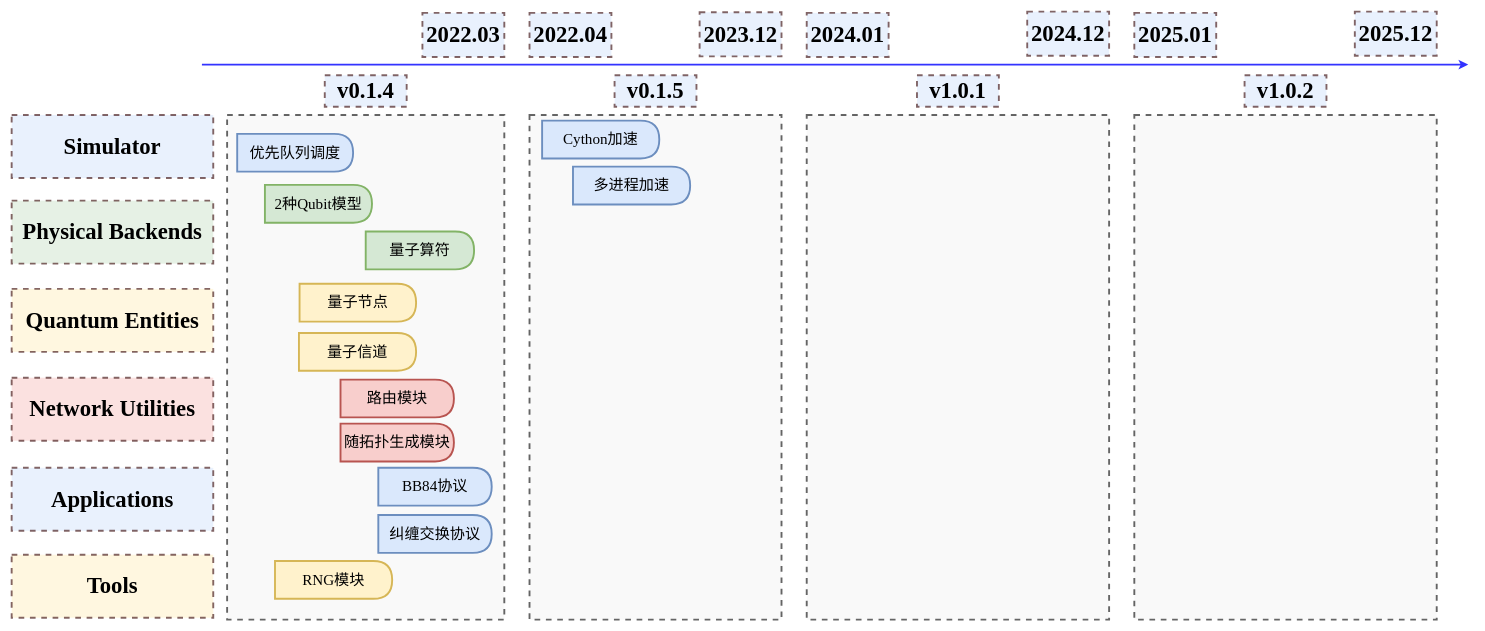
yyq2020/simqn_roadmap keeps this draw.io diagram as 未命名绘图.drawio. Above is the earlier version. Source tidied: cells renumbered, new cells numbered last; positions are measured from the earlier drawing's top-left corner, leaving out a move shared by most shapes. Both pictures are drawn from the tidied source at 63%, with x=0, y=0 at pixel (11, 11).
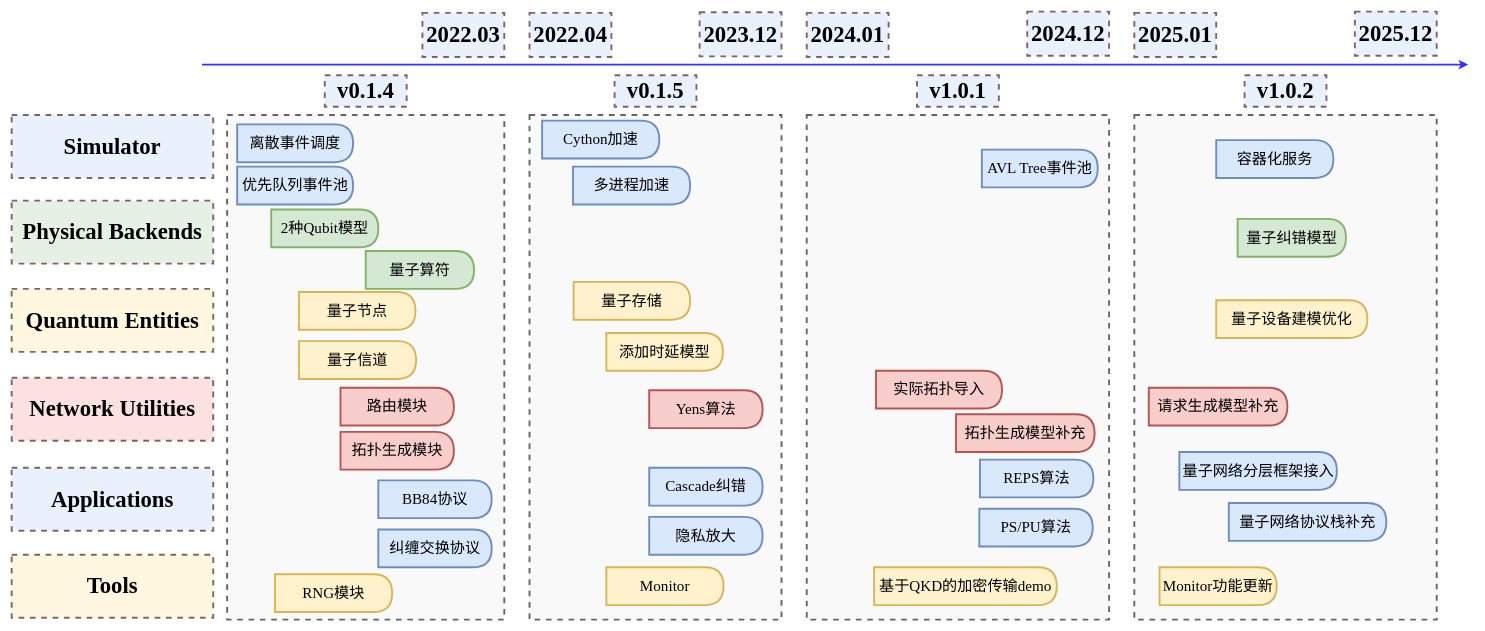
After the change.

Commit message (it also covers changes not shown here):
更新未命名绘图.drawio

What changed in the source:
```diff
@@
-    <mxCell id="24" value="&lt;font style=&quot;font-size: 24px;&quot; face=&quot;Times New Roman&quot;&gt;优先队列调度&lt;/font&gt;" style="shape=delay;whiteSpace=wrap;html=1;fillColor=#dae8fc;strokeColor=#6c8ebf;strokeWidth=3;" parent="1" vertex="1">
-      <mxGeometry x="358" y="194" width="184" height="60" as="geometry" />
+    <mxCell id="24" value="&lt;font style=&quot;font-size: 24px;&quot; face=&quot;Times New Roman&quot;&gt;离散事件调度&lt;/font&gt;" style="shape=delay;whiteSpace=wrap;html=1;fillColor=#dae8fc;strokeColor=#6c8ebf;strokeWidth=3;" parent="1" vertex="1">
+      <mxGeometry x="358" y="179" width="184" height="60" as="geometry" />
     </mxCell>
     <mxCell id="25" value="&lt;font style=&quot;font-size: 24px;&quot; face=&quot;Times New Roman&quot;&gt;2种Qubit模型&lt;/font&gt;" style="shape=delay;whiteSpace=wrap;html=1;fillColor=#d5e8d4;strokeColor=#82b366;strokeWidth=3;" parent="1" vertex="1">
-      <mxGeometry x="402" y="275" width="170" height="60" as="geometry" />
+      <mxGeometry x="412" y="314" width="170" height="60" as="geometry" />
     </mxCell>
     <mxCell id="26" value="&lt;font style=&quot;font-size: 24px;&quot; face=&quot;Times New Roman&quot;&gt;量子算符&lt;/font&gt;" style="shape=delay;whiteSpace=wrap;html=1;fillColor=#d5e8d4;strokeColor=#82b366;strokeWidth=3;" parent="1" vertex="1">
-      <mxGeometry x="562" y="349" width="172" height="60" as="geometry" />
+      <mxGeometry x="562" y="380" width="172" height="60" as="geometry" />
     </mxCell>
     <mxCell id="27" value="&lt;font face=&quot;Times New Roman&quot;&gt;&lt;span style=&quot;font-size: 24px;&quot;&gt;量子节点&lt;/span&gt;&lt;/font&gt;" style="shape=delay;whiteSpace=wrap;html=1;fillColor=#fff2cc;strokeColor=#d6b656;strokeWidth=3;" parent="1" vertex="1">
-      <mxGeometry x="457" y="432" width="185" height="60" as="geometry" />
+      <mxGeometry x="456" y="445" width="185" height="60" as="geometry" />
     </mxCell>
     <mxCell id="28" value="&lt;font face=&quot;Times New Roman&quot;&gt;&lt;span style=&quot;font-size: 24px;&quot;&gt;量子信道&lt;/span&gt;&lt;/font&gt;" style="shape=delay;whiteSpace=wrap;html=1;fillColor=#fff2cc;strokeColor=#d6b656;strokeWidth=3;" parent="1" vertex="1">
-      <mxGeometry x="456" y="510" width="186" height="60" as="geometry" />
+      <mxGeometry x="456" y="523" width="186" height="60" as="geometry" />
     </mxCell>
     <mxCell id="29" value="&lt;font style=&quot;font-size: 24px;&quot; face=&quot;Times New Roman&quot;&gt;路由模块&lt;/font&gt;" style="shape=delay;whiteSpace=wrap;html=1;fillColor=#f8cecc;strokeColor=#b85450;strokeWidth=3;" parent="1" vertex="1">
-      <mxGeometry x="522" y="584" width="180" height="60" as="geometry" />
+      <mxGeometry x="522" y="597" width="180" height="60" as="geometry" />
     </mxCell>
     <mxCell id="30" value="&lt;font style=&quot;font-size: 24px;&quot; face=&quot;Times New Roman&quot;&gt;BB84协议&lt;/font&gt;" style="shape=delay;whiteSpace=wrap;html=1;fillColor=#dae8fc;strokeColor=#6c8ebf;strokeWidth=3;" parent="1" vertex="1">
-      <mxGeometry x="582" y="724" width="180" height="60" as="geometry" />
+      <mxGeometry x="582" y="744" width="180" height="60" as="geometry" />
     </mxCell>
     <mxCell id="31" value="&lt;font face=&quot;Times New Roman&quot;&gt;&lt;span style=&quot;font-size: 24px;&quot;&gt;RNG模块&lt;/span&gt;&lt;/font&gt;" style="shape=delay;whiteSpace=wrap;html=1;fillColor=#fff2cc;strokeColor=#d6b656;strokeWidth=3;" parent="1" vertex="1">
-      <mxGeometry x="418" y="872" width="186" height="60" as="geometry" />
+      <mxGeometry x="418" y="893" width="186" height="60" as="geometry" />
     </mxCell>
-    <mxCell id="32" value="&lt;font style=&quot;font-size: 24px;&quot; face=&quot;Times New Roman&quot;&gt;随拓扑生成模块&lt;/font&gt;" style="shape=delay;whiteSpace=wrap;html=1;fillColor=#f8cecc;strokeColor=#b85450;strokeWidth=3;" parent="1" vertex="1">
-      <mxGeometry x="522" y="654" width="180" height="60" as="geometry" />
+    <mxCell id="32" value="&lt;font style=&quot;font-size: 24px;&quot; face=&quot;Times New Roman&quot;&gt;拓扑生成模块&lt;/font&gt;" style="shape=delay;whiteSpace=wrap;html=1;fillColor=#f8cecc;strokeColor=#b85450;strokeWidth=3;" parent="1" vertex="1">
+      <mxGeometry x="522" y="667" width="180" height="60" as="geometry" />
     </mxCell>
     <mxCell id="33" value="&lt;font style=&quot;font-size: 24px;&quot; face=&quot;Times New Roman&quot;&gt;纠缠交换协议&lt;/font&gt;" style="shape=delay;whiteSpace=wrap;html=1;fillColor=#dae8fc;strokeColor=#6c8ebf;strokeWidth=3;" parent="1" vertex="1">
-      <mxGeometry x="582" y="799" width="180" height="60" as="geometry" />
+      <mxGeometry x="582" y="822" width="180" height="60" as="geometry" />
     </mxCell>
@@
+    <mxCell id="36" value="&lt;font face=&quot;Times New Roman&quot;&gt;&lt;span style=&quot;font-size: 24px;&quot;&gt;Monitor&lt;/span&gt;&lt;/font&gt;" style="shape=delay;whiteSpace=wrap;html=1;fillColor=#fff2cc;strokeColor=#d6b656;strokeWidth=3;" parent="1" vertex="1">
+      <mxGeometry x="944" y="882" width="186" height="60" as="geometry" />
+    </mxCell>
+    <mxCell id="37" value="&lt;font face=&quot;Times New Roman&quot;&gt;&lt;span style=&quot;font-size: 24px;&quot;&gt;量子存储&lt;/span&gt;&lt;/font&gt;" style="shape=delay;whiteSpace=wrap;html=1;fillColor=#fff2cc;strokeColor=#d6b656;strokeWidth=3;" parent="1" vertex="1">
+      <mxGeometry x="892" y="429" width="185" height="60" as="geometry" />
+    </mxCell>
+    <mxCell id="38" value="&lt;font face=&quot;Times New Roman&quot;&gt;&lt;span style=&quot;font-size: 24px;&quot;&gt;添加时延模型&lt;/span&gt;&lt;/font&gt;" style="shape=delay;whiteSpace=wrap;html=1;fillColor=#fff2cc;strokeColor=#d6b656;strokeWidth=3;" parent="1" vertex="1">
+      <mxGeometry x="944" y="510" width="185" height="60" as="geometry" />
+    </mxCell>
+    <mxCell id="39" value="&lt;font style=&quot;font-size: 24px;&quot; face=&quot;Times New Roman&quot;&gt;Cascade纠错&lt;/font&gt;" style="shape=delay;whiteSpace=wrap;html=1;fillColor=#dae8fc;strokeColor=#6c8ebf;strokeWidth=3;" parent="1" vertex="1">
+      <mxGeometry x="1012" y="724" width="180" height="60" as="geometry" />
+    </mxCell>
+    <mxCell id="40" value="&lt;font style=&quot;font-size: 24px;&quot; face=&quot;Times New Roman&quot;&gt;隐私放大&lt;/font&gt;" style="shape=delay;whiteSpace=wrap;html=1;fillColor=#dae8fc;strokeColor=#6c8ebf;strokeWidth=3;" parent="1" vertex="1">
+      <mxGeometry x="1012" y="802" width="180" height="60" as="geometry" />
+    </mxCell>
+    <mxCell id="41" value="&lt;font style=&quot;font-size: 24px;&quot; face=&quot;Times New Roman&quot;&gt;优先队列事件池&lt;/font&gt;" style="shape=delay;whiteSpace=wrap;html=1;fillColor=#dae8fc;strokeColor=#6c8ebf;strokeWidth=3;" parent="1" vertex="1">
+      <mxGeometry x="358" y="246" width="184" height="60" as="geometry" />
+    </mxCell>
+    <mxCell id="42" value="&lt;font style=&quot;font-size: 24px;&quot; face=&quot;Times New Roman&quot;&gt;Yens算法&lt;/font&gt;" style="shape=delay;whiteSpace=wrap;html=1;fillColor=#f8cecc;strokeColor=#b85450;strokeWidth=3;" parent="1" vertex="1">
+      <mxGeometry x="1012" y="601" width="180" height="60" as="geometry" />
+    </mxCell>
+    <mxCell id="43" value="&lt;font style=&quot;font-size: 24px;&quot; face=&quot;Times New Roman&quot;&gt;实际拓扑导入&lt;/font&gt;" style="shape=delay;whiteSpace=wrap;html=1;fillColor=#f8cecc;strokeColor=#b85450;strokeWidth=3;" parent="1" vertex="1">
+      <mxGeometry x="1372" y="570" width="200" height="60" as="geometry" />
+    </mxCell>
+    <mxCell id="44" value="&lt;font style=&quot;font-size: 24px;&quot; face=&quot;Times New Roman&quot;&gt;拓扑生成模型补充&lt;/font&gt;" style="shape=delay;whiteSpace=wrap;html=1;fillColor=#f8cecc;strokeColor=#b85450;strokeWidth=3;" parent="1" vertex="1">
+      <mxGeometry x="1499" y="639" width="220" height="60" as="geometry" />
+    </mxCell>
+    <mxCell id="45" value="&lt;font style=&quot;font-size: 24px;&quot; face=&quot;Times New Roman&quot;&gt;REPS算法&lt;/font&gt;" style="shape=delay;whiteSpace=wrap;html=1;fillColor=#dae8fc;strokeColor=#6c8ebf;strokeWidth=3;" parent="1" vertex="1">
+      <mxGeometry x="1537" y="711" width="180" height="60" as="geometry" />
+    </mxCell>
+    <mxCell id="46" value="&lt;font style=&quot;font-size: 24px;&quot; face=&quot;Times New Roman&quot;&gt;PS/PU算法&lt;/font&gt;" style="shape=delay;whiteSpace=wrap;html=1;fillColor=#dae8fc;strokeColor=#6c8ebf;strokeWidth=3;" parent="1" vertex="1">
+      <mxGeometry x="1536" y="789" width="180" height="60" as="geometry" />
+    </mxCell>
+    <mxCell id="47" value="&lt;font face=&quot;Times New Roman&quot;&gt;&lt;span style=&quot;font-size: 24px;&quot;&gt;容器化服务&lt;/span&gt;&lt;/font&gt;" style="shape=delay;whiteSpace=wrap;html=1;fillColor=#dae8fc;strokeColor=#6c8ebf;strokeWidth=3;" parent="1" vertex="1">
+      <mxGeometry x="1912" y="204" width="186" height="60" as="geometry" />
+    </mxCell>
+    <mxCell id="48" value="&lt;font face=&quot;Times New Roman&quot;&gt;&lt;span style=&quot;font-size: 24px;&quot;&gt;Monitor功能更新&lt;/span&gt;&lt;/font&gt;" style="shape=delay;whiteSpace=wrap;html=1;fillColor=#fff2cc;strokeColor=#d6b656;strokeWidth=3;" parent="1" vertex="1">
+      <mxGeometry x="1822" y="882" width="186" height="60" as="geometry" />
+    </mxCell>
+    <mxCell id="49" value="&lt;font face=&quot;Times New Roman&quot;&gt;&lt;span style=&quot;font-size: 24px;&quot;&gt;量子设备建模优化&lt;/span&gt;&lt;/font&gt;" style="shape=delay;whiteSpace=wrap;html=1;fillColor=#fff2cc;strokeColor=#d6b656;strokeWidth=3;" parent="1" vertex="1">
+      <mxGeometry x="1912" y="458" width="240" height="60" as="geometry" />
+    </mxCell>
+    <mxCell id="50" value="&lt;font style=&quot;font-size: 24px;&quot; face=&quot;Times New Roman&quot;&gt;AVL Tree事件池&lt;/font&gt;" style="shape=delay;whiteSpace=wrap;html=1;fillColor=#dae8fc;strokeColor=#6c8ebf;strokeWidth=3;" parent="1" vertex="1">
+      <mxGeometry x="1540" y="219" width="184" height="60" as="geometry" />
+    </mxCell>
+    <mxCell id="51" value="&lt;font style=&quot;font-size: 24px;&quot; face=&quot;Times New Roman&quot;&gt;量子网络分层框架接入&lt;/font&gt;" style="shape=delay;whiteSpace=wrap;html=1;fillColor=#dae8fc;strokeColor=#6c8ebf;strokeWidth=3;" parent="1" vertex="1">
+      <mxGeometry x="1853.5" y="699" width="250" height="60" as="geometry" />
+    </mxCell>
+    <mxCell id="52" value="&lt;font face=&quot;Times New Roman&quot;&gt;&lt;span style=&quot;font-size: 24px;&quot;&gt;基于QKD的加密传输demo&lt;/span&gt;&lt;/font&gt;" style="shape=delay;whiteSpace=wrap;html=1;fillColor=#fff2cc;strokeColor=#d6b656;strokeWidth=3;" parent="1" vertex="1">
+      <mxGeometry x="1369" y="882" width="290" height="60" as="geometry" />
+    </mxCell>
+    <mxCell id="53" value="&lt;font style=&quot;font-size: 24px;&quot; face=&quot;Times New Roman&quot;&gt;量子网络协议栈补充&lt;/font&gt;" style="shape=delay;whiteSpace=wrap;html=1;fillColor=#dae8fc;strokeColor=#6c8ebf;strokeWidth=3;" parent="1" vertex="1">
+      <mxGeometry x="1932" y="780" width="250" height="60" as="geometry" />
+    </mxCell>
+    <mxCell id="54" value="&lt;font style=&quot;font-size: 24px;&quot; face=&quot;Times New Roman&quot;&gt;量子纠错模型&lt;/font&gt;" style="shape=delay;whiteSpace=wrap;html=1;fillColor=#d5e8d4;strokeColor=#82b366;strokeWidth=3;" parent="1" vertex="1">
+      <mxGeometry x="1946" y="329" width="172" height="60" as="geometry" />
+    </mxCell>
+    <mxCell id="55" value="&lt;font style=&quot;font-size: 24px;&quot; face=&quot;Times New Roman&quot;&gt;请求生成模型补充&lt;/font&gt;" style="shape=delay;whiteSpace=wrap;html=1;fillColor=#f8cecc;strokeColor=#b85450;strokeWidth=3;" parent="1" vertex="1">
+      <mxGeometry x="1805" y="597" width="220" height="60" as="geometry" />
+    </mxCell>
```
